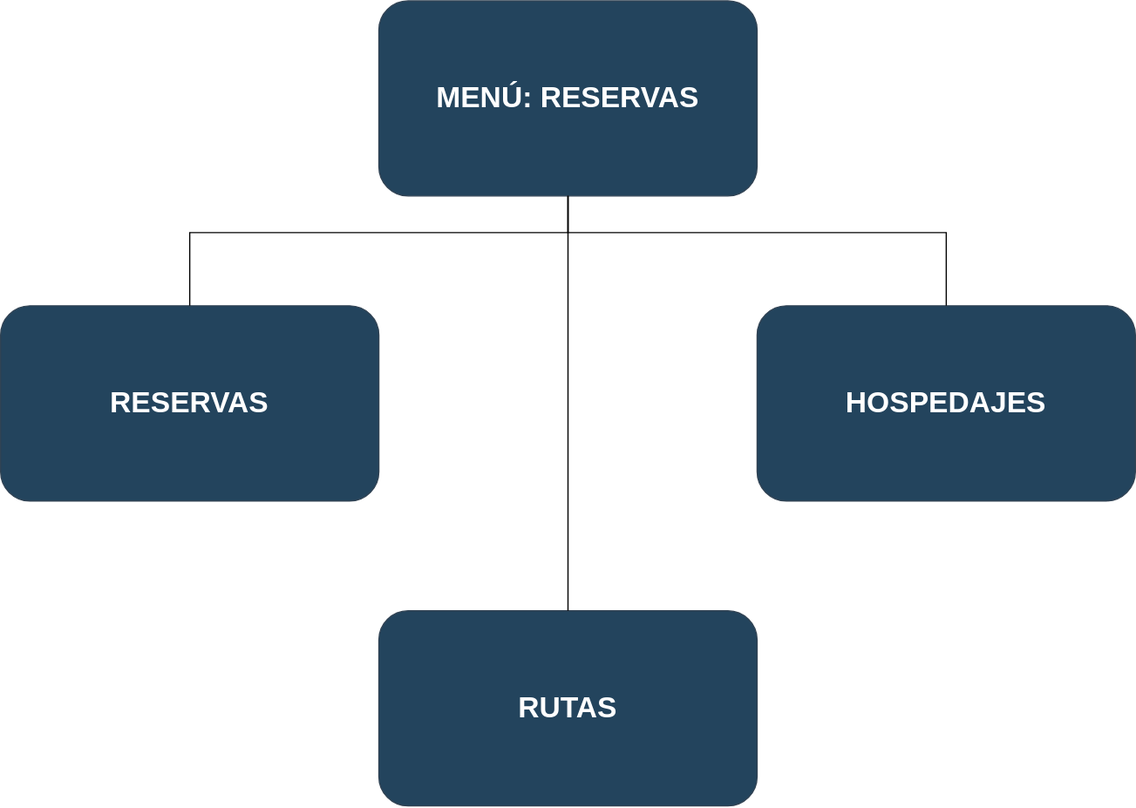
This is docs/images/mapa_modulo.svg from Kadeathdeluz/bookings, a draw.io export, as it was before one commit. Source tidied: cells renumbered, new cells last; positions are measured from the earlier drawing's top-left corner, leaving out a move shared by most shapes. Source of this version:
```xml
<mxGraphModel>
  <root>
    <mxCell id="0" />
    <mxCell id="1" parent="0" />
    <mxCell id="2" value="&lt;font style=&quot;font-size: 24px;&quot;&gt;&lt;b&gt;MENÚ: RESERVAS&lt;/b&gt;&lt;/font&gt;" style="rounded=1;whiteSpace=wrap;html=1;fillColor=light-dark(#23445d, #7d8c9b);strokeColor=#314354;fontColor=#ffffff;" parent="1" vertex="1">
      <mxGeometry x="310" width="310" height="160" as="geometry" />
    </mxCell>
    <mxCell id="3" value="&lt;font style=&quot;font-size: 24px;&quot;&gt;&lt;b&gt;RESERVAS&lt;/b&gt;&lt;/font&gt;" style="rounded=1;whiteSpace=wrap;html=1;fillColor=light-dark(#23445d, #7d8c9b);strokeColor=#314354;fontColor=#ffffff;" parent="1" vertex="1">
      <mxGeometry y="250" width="310" height="160" as="geometry" />
    </mxCell>
    <mxCell id="4" value="&lt;font style=&quot;font-size: 24px;&quot;&gt;&lt;b&gt;RUTAS&lt;/b&gt;&lt;/font&gt;" style="rounded=1;whiteSpace=wrap;html=1;fillColor=light-dark(#23445d, #7d8c9b);strokeColor=#314354;fontColor=#ffffff;" parent="1" vertex="1">
      <mxGeometry x="310" y="500" width="310" height="160" as="geometry" />
    </mxCell>
    <mxCell id="5" value="&lt;font style=&quot;font-size: 24px;&quot;&gt;&lt;b&gt;HOSPEDAJES&lt;/b&gt;&lt;/font&gt;" style="rounded=1;whiteSpace=wrap;html=1;fillColor=light-dark(#23445d, #7d8c9b);strokeColor=#314354;fontColor=#ffffff;" parent="1" vertex="1">
      <mxGeometry x="620" y="250" width="310" height="160" as="geometry" />
    </mxCell>
    <mxCell id="6" style="endArrow=none;html=1;rounded=0;exitX=0.5;exitY=0;exitDx=0;exitDy=0;entryX=0.5;entryY=1;entryDx=0;entryDy=0;" parent="1" edge="1" source="3" target="2">
      <mxGeometry relative="1" as="geometry">
        <Array as="points">
          <mxPoint x="155" y="190" />
          <mxPoint x="465" y="190" />
        </Array>
      </mxGeometry>
    </mxCell>
    <mxCell id="7" style="endArrow=none;html=1;rounded=0;exitX=0.5;exitY=0;exitDx=0;exitDy=0;entryX=0.5;entryY=1;entryDx=0;entryDy=0;" parent="1" edge="1" source="5" target="2">
      <mxGeometry relative="1" as="geometry">
        <Array as="points">
          <mxPoint x="775" y="190" />
          <mxPoint x="465" y="190" />
        </Array>
      </mxGeometry>
    </mxCell>
    <mxCell id="8" style="endArrow=none;html=1;rounded=0;entryX=0.5;entryY=1;entryDx=0;entryDy=0;exitX=0.5;exitY=0;exitDx=0;exitDy=0;" parent="1" edge="1" source="4" target="2">
      <mxGeometry relative="1" as="geometry" />
    </mxCell>
  </root>
</mxGraphModel>
```
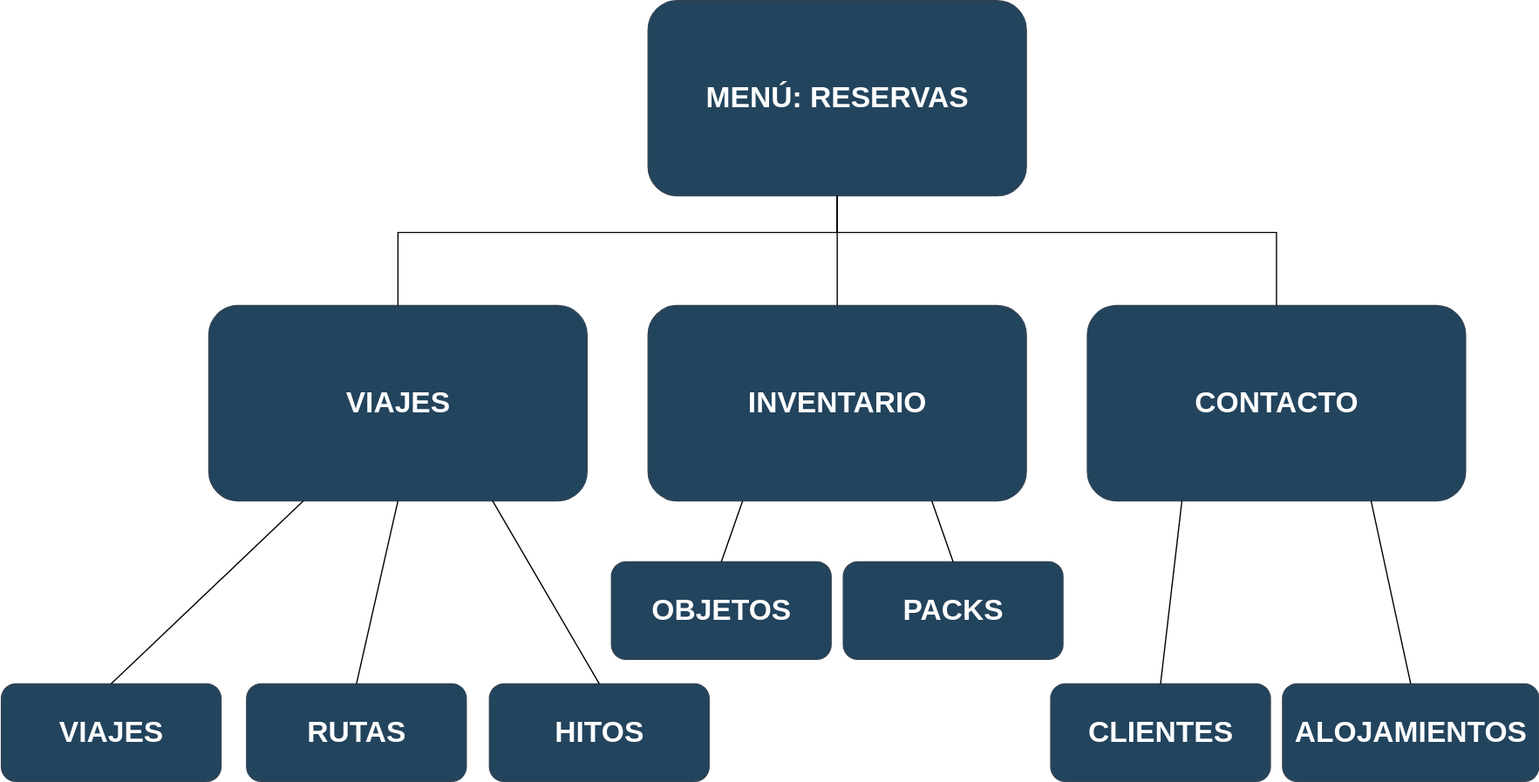
After the change.

Change to the diagram source:
```diff
@@ -5,19 +5,19 @@
     <mxCell id="2" value="&lt;font style=&quot;font-size: 24px;&quot;&gt;&lt;b&gt;MENÚ: RESERVAS&lt;/b&gt;&lt;/font&gt;" style="rounded=1;whiteSpace=wrap;html=1;fillColor=light-dark(#23445d, #7d8c9b);strokeColor=#314354;fontColor=#ffffff;" parent="1" vertex="1">
       <mxGeometry x="310" width="310" height="160" as="geometry" />
     </mxCell>
-    <mxCell id="3" value="&lt;font style=&quot;font-size: 24px;&quot;&gt;&lt;b&gt;RESERVAS&lt;/b&gt;&lt;/font&gt;" style="rounded=1;whiteSpace=wrap;html=1;fillColor=light-dark(#23445d, #7d8c9b);strokeColor=#314354;fontColor=#ffffff;" parent="1" vertex="1">
-      <mxGeometry y="250" width="310" height="160" as="geometry" />
+    <mxCell id="3" value="&lt;span style=&quot;font-size: 24px;&quot;&gt;&lt;b&gt;VIAJES&lt;/b&gt;&lt;/span&gt;" style="rounded=1;whiteSpace=wrap;html=1;fillColor=light-dark(#23445d, #7d8c9b);strokeColor=#314354;fontColor=#ffffff;" parent="1" vertex="1">
+      <mxGeometry x="-50" y="250" width="310" height="160" as="geometry" />
     </mxCell>
-    <mxCell id="4" value="&lt;font style=&quot;font-size: 24px;&quot;&gt;&lt;b&gt;RUTAS&lt;/b&gt;&lt;/font&gt;" style="rounded=1;whiteSpace=wrap;html=1;fillColor=light-dark(#23445d, #7d8c9b);strokeColor=#314354;fontColor=#ffffff;" parent="1" vertex="1">
-      <mxGeometry x="310" y="500" width="310" height="160" as="geometry" />
+    <mxCell id="4" value="&lt;span style=&quot;font-size: 24px;&quot;&gt;&lt;b&gt;INVENTARIO&lt;/b&gt;&lt;/span&gt;" style="rounded=1;whiteSpace=wrap;html=1;fillColor=light-dark(#23445d, #7d8c9b);strokeColor=#314354;fontColor=#ffffff;" parent="1" vertex="1">
+      <mxGeometry x="310" y="250" width="310" height="160" as="geometry" />
     </mxCell>
-    <mxCell id="5" value="&lt;font style=&quot;font-size: 24px;&quot;&gt;&lt;b&gt;HOSPEDAJES&lt;/b&gt;&lt;/font&gt;" style="rounded=1;whiteSpace=wrap;html=1;fillColor=light-dark(#23445d, #7d8c9b);strokeColor=#314354;fontColor=#ffffff;" parent="1" vertex="1">
-      <mxGeometry x="620" y="250" width="310" height="160" as="geometry" />
+    <mxCell id="5" value="&lt;font style=&quot;font-size: 24px;&quot;&gt;&lt;b&gt;CONTACTO&lt;/b&gt;&lt;/font&gt;" style="rounded=1;whiteSpace=wrap;html=1;fillColor=light-dark(#23445d, #7d8c9b);strokeColor=#314354;fontColor=#ffffff;" parent="1" vertex="1">
+      <mxGeometry x="670" y="250" width="310" height="160" as="geometry" />
     </mxCell>
     <mxCell id="6" style="endArrow=none;html=1;rounded=0;exitX=0.5;exitY=0;exitDx=0;exitDy=0;entryX=0.5;entryY=1;entryDx=0;entryDy=0;" parent="1" edge="1" source="3" target="2">
       <mxGeometry relative="1" as="geometry">
         <Array as="points">
-          <mxPoint x="155" y="190" />
+          <mxPoint x="105" y="190" />
           <mxPoint x="465" y="190" />
         </Array>
       </mxGeometry>
@@ -25,7 +25,7 @@
     <mxCell id="7" style="endArrow=none;html=1;rounded=0;exitX=0.5;exitY=0;exitDx=0;exitDy=0;entryX=0.5;entryY=1;entryDx=0;entryDy=0;" parent="1" edge="1" source="5" target="2">
       <mxGeometry relative="1" as="geometry">
         <Array as="points">
-          <mxPoint x="775" y="190" />
+          <mxPoint x="825" y="190" />
           <mxPoint x="465" y="190" />
         </Array>
       </mxGeometry>
@@ -33,5 +33,47 @@
     <mxCell id="8" style="endArrow=none;html=1;rounded=0;entryX=0.5;entryY=1;entryDx=0;entryDy=0;exitX=0.5;exitY=0;exitDx=0;exitDy=0;" parent="1" edge="1" source="4" target="2">
       <mxGeometry relative="1" as="geometry" />
     </mxCell>
+    <mxCell id="9" value="&lt;span style=&quot;font-size: 24px;&quot;&gt;&lt;b&gt;VIAJES&lt;/b&gt;&lt;/span&gt;" style="rounded=1;whiteSpace=wrap;html=1;fillColor=light-dark(#23445d, #7d8c9b);strokeColor=#314354;fontColor=#ffffff;" parent="1" vertex="1">
+      <mxGeometry x="-220" y="560" width="180" height="80" as="geometry" />
+    </mxCell>
+    <mxCell id="10" style="endArrow=none;html=1;rounded=0;exitX=0.5;exitY=0;exitDx=0;exitDy=0;entryX=0.25;entryY=1;entryDx=0;entryDy=0;" parent="1" edge="1" source="9" target="3">
+      <mxGeometry relative="1" as="geometry" />
+    </mxCell>
+    <mxCell id="11" value="&lt;span style=&quot;font-size: 24px;&quot;&gt;&lt;b&gt;RUTAS&lt;/b&gt;&lt;/span&gt;&lt;span style=&quot;color: rgba(0, 0, 0, 0); font-family: monospace; font-size: 0px; text-align: start; text-wrap-mode: nowrap;&quot;&gt;%3CmxGraphModel%3E%3Croot%3E%3CmxCell%20id%3D%220%22%2F%3E%3CmxCell%20id%3D%221%22%20parent%3D%220%22%2F%3E%3CmxCell%20id%3D%222%22%20value%3D%22%26lt%3Bspan%20style%3D%26quot%3Bfont-size%3A%2024px%3B%26quot%3B%26gt%3B%26lt%3Bb%26gt%3BVIAJES%26lt%3B%2Fb%26gt%3B%26lt%3B%2Fspan%26gt%3B%22%20style%3D%22rounded%3D1%3BwhiteSpace%3Dwrap%3Bhtml%3D1%3BfillColor%3Dlight-dark(%2323445d%2C%20%237d8c9b)%3BstrokeColor%3D%23314354%3BfontColor%3D%23ffffff%3B%22%20vertex%3D%221%22%20parent%3D%221%22%3E%3CmxGeometry%20x%3D%22-40%22%20y%3D%22730%22%20width%3D%22180%22%20height%3D%2280%22%20as%3D%22geometry%22%2F%3E%3C%2FmxCell%3E%3CmxCell%20id%3D%223%22%20value%3D%22%22%20style%3D%22endArrow%3Dnone%3Bhtml%3D1%3Brounded%3D0%3BexitX%3D0.5%3BexitY%3D0%3BexitDx%3D0%3BexitDy%3D0%3BentryX%3D0.25%3BentryY%3D1%3BentryDx%3D0%3BentryDy%3D0%3B%22%20edge%3D%221%22%20source%3D%222%22%20parent%3D%221%22%3E%3CmxGeometry%20width%3D%2250%22%20height%3D%2250%22%20relative%3D%221%22%20as%3D%22geometry%22%3E%3CmxPoint%20x%3D%22510%22%20y%3D%22630%22%20as%3D%22sourcePoint%22%2F%3E%3CmxPoint%20x%3D%22208%22%20y%3D%22580%22%20as%3D%22targetPoint%22%2F%3E%3C%2FmxGeometry%3E%3C%2FmxCell%3E%3C%2Froot%3E%3C%2FmxGraphModel%3E&lt;/span&gt;" style="rounded=1;whiteSpace=wrap;html=1;fillColor=light-dark(#23445d, #7d8c9b);strokeColor=#314354;fontColor=#ffffff;" parent="1" vertex="1">
+      <mxGeometry x="-19" y="560" width="180" height="80" as="geometry" />
+    </mxCell>
+    <mxCell id="12" style="endArrow=none;html=1;rounded=0;exitX=0.5;exitY=0;exitDx=0;exitDy=0;entryX=0.5;entryY=1;entryDx=0;entryDy=0;" parent="1" edge="1" source="11" target="3">
+      <mxGeometry relative="1" as="geometry" />
+    </mxCell>
+    <mxCell id="13" value="&lt;span style=&quot;font-size: 24px;&quot;&gt;&lt;b&gt;HITOS&lt;/b&gt;&lt;/span&gt;" style="rounded=1;whiteSpace=wrap;html=1;fillColor=light-dark(#23445d, #7d8c9b);strokeColor=#314354;fontColor=#ffffff;" parent="1" vertex="1">
+      <mxGeometry x="180" y="560" width="180" height="80" as="geometry" />
+    </mxCell>
+    <mxCell id="14" style="endArrow=none;html=1;rounded=0;exitX=0.5;exitY=0;exitDx=0;exitDy=0;entryX=0.75;entryY=1;entryDx=0;entryDy=0;" parent="1" edge="1" source="13" target="3">
+      <mxGeometry relative="1" as="geometry" />
+    </mxCell>
+    <mxCell id="15" value="&lt;span style=&quot;font-size: 24px;&quot;&gt;&lt;b&gt;OBJETOS&lt;/b&gt;&lt;/span&gt;" style="rounded=1;whiteSpace=wrap;html=1;fillColor=light-dark(#23445d, #7d8c9b);strokeColor=#314354;fontColor=#ffffff;" parent="1" vertex="1">
+      <mxGeometry x="280" y="460" width="180" height="80" as="geometry" />
+    </mxCell>
+    <mxCell id="16" style="endArrow=none;html=1;rounded=0;exitX=0.5;exitY=0;exitDx=0;exitDy=0;entryX=0.25;entryY=1;entryDx=0;entryDy=0;" parent="1" edge="1" source="15" target="4">
+      <mxGeometry relative="1" as="geometry" />
+    </mxCell>
+    <mxCell id="17" value="&lt;span style=&quot;font-size: 24px;&quot;&gt;&lt;b&gt;PACKS&lt;/b&gt;&lt;/span&gt;" style="rounded=1;whiteSpace=wrap;html=1;fillColor=light-dark(#23445d, #7d8c9b);strokeColor=#314354;fontColor=#ffffff;" parent="1" vertex="1">
+      <mxGeometry x="470" y="460" width="180" height="80" as="geometry" />
+    </mxCell>
+    <mxCell id="18" style="endArrow=none;html=1;rounded=0;exitX=0.5;exitY=0;exitDx=0;exitDy=0;entryX=0.75;entryY=1;entryDx=0;entryDy=0;" parent="1" edge="1" source="17" target="4">
+      <mxGeometry relative="1" as="geometry" />
+    </mxCell>
+    <mxCell id="19" value="&lt;span style=&quot;font-size: 24px;&quot;&gt;&lt;b&gt;CLIENTES&lt;/b&gt;&lt;/span&gt;" style="rounded=1;whiteSpace=wrap;html=1;fillColor=light-dark(#23445d, #7d8c9b);strokeColor=#314354;fontColor=#ffffff;" parent="1" vertex="1">
+      <mxGeometry x="640" y="560" width="180" height="80" as="geometry" />
+    </mxCell>
+    <mxCell id="20" style="endArrow=none;html=1;rounded=0;exitX=0.5;exitY=0;exitDx=0;exitDy=0;entryX=0.25;entryY=1;entryDx=0;entryDy=0;" parent="1" edge="1" source="19" target="5">
+      <mxGeometry relative="1" as="geometry" />
+    </mxCell>
+    <mxCell id="21" value="&lt;span style=&quot;font-size: 24px;&quot;&gt;&lt;b&gt;ALOJAMIENTOS&lt;/b&gt;&lt;/span&gt;" style="rounded=1;whiteSpace=wrap;html=1;fillColor=light-dark(#23445d, #7d8c9b);strokeColor=#314354;fontColor=#ffffff;" parent="1" vertex="1">
+      <mxGeometry x="830" y="560" width="210" height="80" as="geometry" />
+    </mxCell>
+    <mxCell id="22" style="endArrow=none;html=1;rounded=0;exitX=0.5;exitY=0;exitDx=0;exitDy=0;entryX=0.75;entryY=1;entryDx=0;entryDy=0;" parent="1" edge="1" source="21" target="5">
+      <mxGeometry relative="1" as="geometry" />
+    </mxCell>
   </root>
 </mxGraphModel>
```
